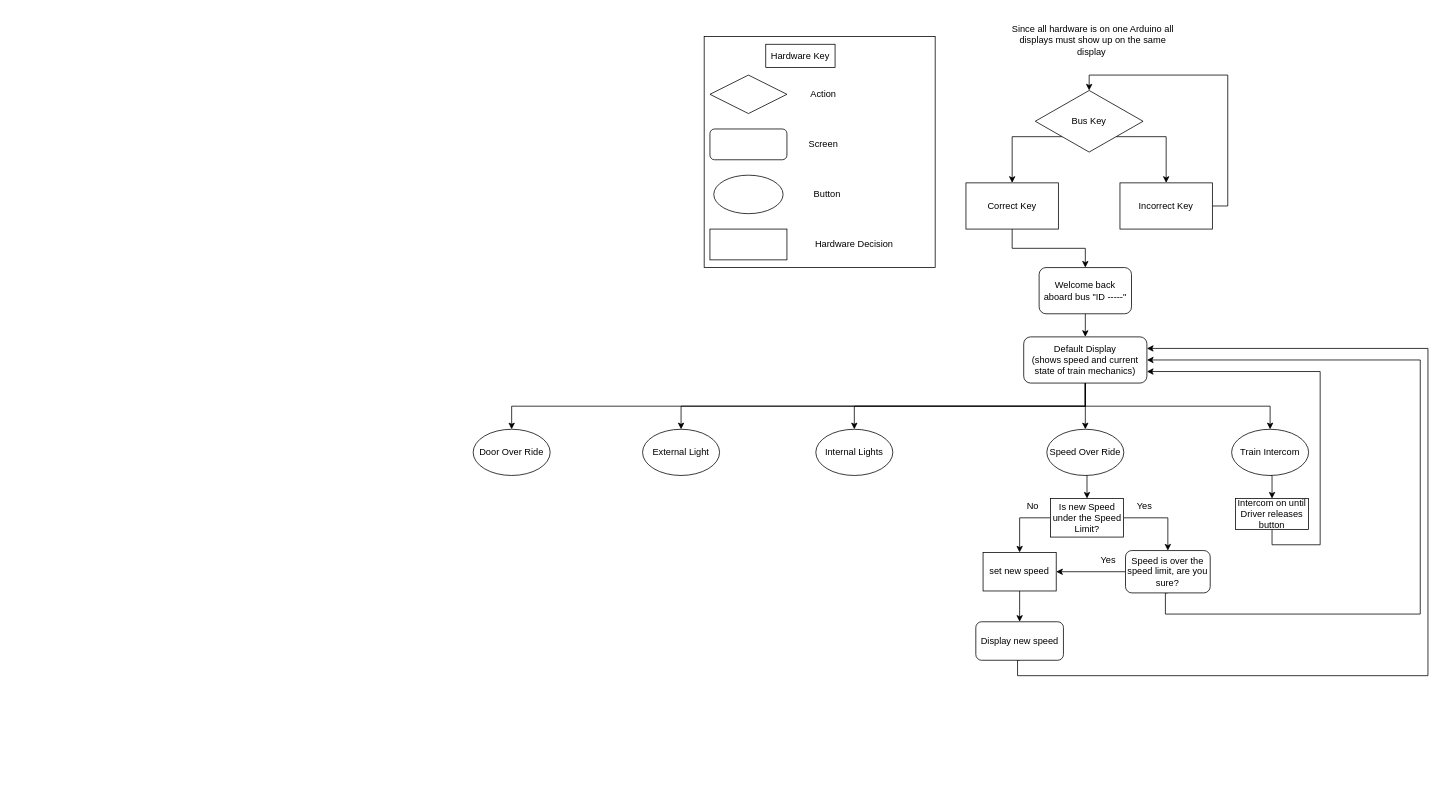
JasonM3687/ECE-1140-Group-5 keeps this draw.io diagram as HWTrackController.drawio. Above is the earlier version. Source tidied: cells renumbered, new cells numbered last; positions are measured from the earlier drawing's top-left corner, leaving out a move shared by most shapes. Both pictures are drawn from the tidied source at 77%, with x=0, y=0 at pixel (473, 21).
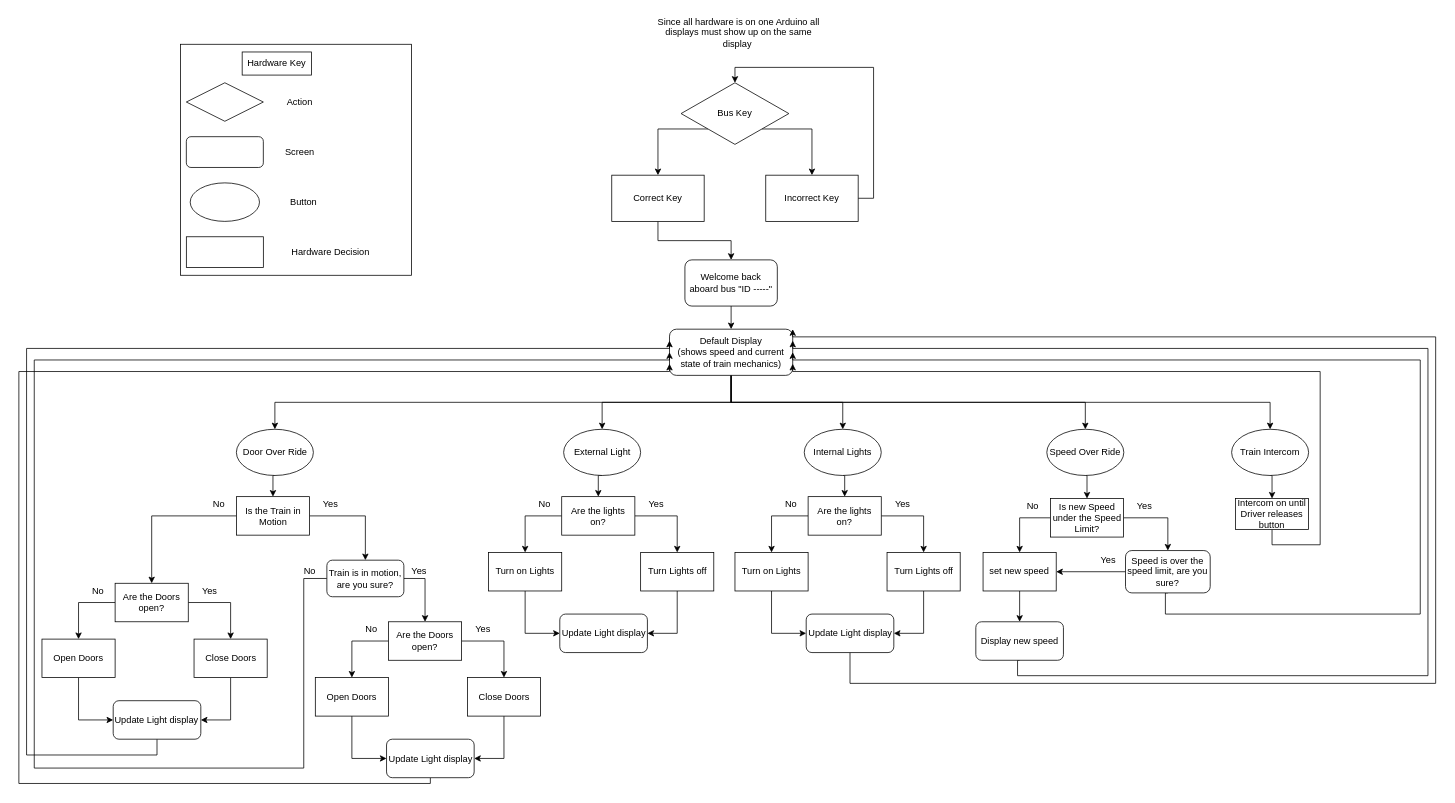
The same diagram, later.

What changed in the source:
```diff
@@
     <mxCell id="2" style="whiteSpace=wrap;html=1;" parent="1" vertex="1">
-      <mxGeometry x="300" y="20" width="300" height="300" as="geometry" />
+      <mxGeometry x="-380" y="30" width="300" height="300" as="geometry" />
     </mxCell>
     <mxCell id="3" value="Hardware Key" style="rounded=0;whiteSpace=wrap;html=1;" parent="1" vertex="1">
-      <mxGeometry x="380" y="30" width="90" height="30" as="geometry" />
+      <mxGeometry x="-300" y="40" width="90" height="30" as="geometry" />
     </mxCell>
     <mxCell id="4" style="rhombus;whiteSpace=wrap;html=1;" parent="1" vertex="1">
-      <mxGeometry x="307.5" y="70" width="100" height="50" as="geometry" />
+      <mxGeometry x="-372.5" y="80" width="100" height="50" as="geometry" />
     </mxCell>
     <mxCell id="5" style="rounded=1;whiteSpace=wrap;html=1;" parent="1" vertex="1">
-      <mxGeometry x="307.5" y="140" width="100" height="40" as="geometry" />
+      <mxGeometry x="-372.5" y="150" width="100" height="40" as="geometry" />
     </mxCell>
     <mxCell id="6" value="Screen" style="text;html=1;strokeColor=none;fillColor=none;align=center;verticalAlign=middle;whiteSpace=wrap;rounded=0;" parent="1" vertex="1">
-      <mxGeometry x="435" y="150" width="40" height="20" as="geometry" />
+      <mxGeometry x="-245" y="160" width="40" height="20" as="geometry" />
     </mxCell>
     <mxCell id="7" value="Action" style="text;html=1;strokeColor=none;fillColor=none;align=center;verticalAlign=middle;whiteSpace=wrap;rounded=0;" parent="1" vertex="1">
-      <mxGeometry x="435" y="85" width="40" height="20" as="geometry" />
+      <mxGeometry x="-245" y="95" width="40" height="20" as="geometry" />
     </mxCell>
     <mxCell id="8" style="edgeStyle=orthogonalEdgeStyle;rounded=0;jettySize=auto;html=1;exitX=0;exitY=1;exitDx=0;exitDy=0;entryX=0.5;entryY=0;entryDx=0;entryDy=0;" parent="1" edge="1" source="10" target="18">
       <mxGeometry relative="1" as="geometry">
         <Array as="points">
-          <mxPoint x="700" y="150" />
+          <mxPoint x="240" y="140" />
         </Array>
       </mxGeometry>
     </mxCell>
     <mxCell id="9" style="edgeStyle=orthogonalEdgeStyle;rounded=0;jettySize=auto;html=1;exitX=1;exitY=1;exitDx=0;exitDy=0;entryX=0.5;entryY=0;entryDx=0;entryDy=0;" parent="1" edge="1" source="10" target="16">
       <mxGeometry relative="1" as="geometry">
         <Array as="points">
-          <mxPoint x="900" y="150" />
+          <mxPoint x="440" y="140" />
         </Array>
       </mxGeometry>
     </mxCell>
     <mxCell id="10" value="Bus Key" style="rhombus;whiteSpace=wrap;html=1;" parent="1" vertex="1">
-      <mxGeometry x="730" y="90" width="140" height="80" as="geometry" />
+      <mxGeometry x="270" y="80" width="140" height="80" as="geometry" />
     </mxCell>
@@
     <mxCell id="12" value="Welcome back aboard bus &quot;ID -----&quot;" style="rounded=1;whiteSpace=wrap;html=1;" parent="1" vertex="1">
-      <mxGeometry x="735" y="320" width="120" height="60" as="geometry" />
+      <mxGeometry x="275" y="310" width="120" height="60" as="geometry" />
     </mxCell>
     <mxCell id="13" style="rounded=0;whiteSpace=wrap;html=1;" parent="1" vertex="1">
-      <mxGeometry x="307.5" y="270" width="100" height="40" as="geometry" />
+      <mxGeometry x="-372.5" y="280" width="100" height="40" as="geometry" />
     </mxCell>
     <mxCell id="14" value="Hardware Decision" style="text;html=1;strokeColor=none;fillColor=none;align=center;verticalAlign=middle;whiteSpace=wrap;rounded=0;" parent="1" vertex="1">
-      <mxGeometry x="435" y="280" width="120" height="20" as="geometry" />
+      <mxGeometry x="-245" y="290" width="120" height="20" as="geometry" />
     </mxCell>
@@
     <mxCell id="16" value="Incorrect Key" style="rounded=0;whiteSpace=wrap;html=1;" parent="1" vertex="1">
-      <mxGeometry x="840" y="210" width="120" height="60" as="geometry" />
+      <mxGeometry x="380" y="200" width="120" height="60" as="geometry" />
     </mxCell>
@@
     <mxCell id="18" value="Correct Key" style="rounded=0;whiteSpace=wrap;html=1;" parent="1" vertex="1">
-      <mxGeometry x="640" y="210" width="120" height="60" as="geometry" />
+      <mxGeometry x="180" y="200" width="120" height="60" as="geometry" />
     </mxCell>
     <mxCell id="19" style="ellipse;whiteSpace=wrap;html=1;" parent="1" vertex="1">
-      <mxGeometry x="312.5" y="200" width="90" height="50" as="geometry" />
+      <mxGeometry x="-367.5" y="210" width="90" height="50" as="geometry" />
     </mxCell>
     <mxCell id="20" value="Button" style="text;html=1;strokeColor=none;fillColor=none;align=center;verticalAlign=middle;whiteSpace=wrap;rounded=0;" parent="1" vertex="1">
-      <mxGeometry x="440" y="215" width="40" height="20" as="geometry" />
+      <mxGeometry x="-240" y="225" width="40" height="20" as="geometry" />
     </mxCell>
     <mxCell id="21" value="Since all hardware is on one Arduino all displays must show up on the same display&amp;nbsp;" style="text;html=1;strokeColor=none;fillColor=none;align=center;verticalAlign=middle;whiteSpace=wrap;rounded=0;" parent="1" vertex="1">
-      <mxGeometry x="690" width="230" height="50" as="geometry" />
+      <mxGeometry x="230" y="-10" width="230" height="50" as="geometry" />
     </mxCell>
+    <mxCell id="50" style="edgeStyle=orthogonalEdgeStyle;rounded=0;jettySize=auto;html=1;exitX=0.5;exitY=1;exitDx=0;exitDy=0;entryX=0.5;entryY=0;entryDx=0;entryDy=0;" parent="1" edge="1" source="22" target="87">
+      <mxGeometry relative="1" as="geometry" />
+    </mxCell>
     <mxCell id="22" value="Door Over Ride" style="ellipse;whiteSpace=wrap;html=1;" parent="1" vertex="1">
-      <mxGeometry y="530" width="100" height="60" as="geometry" />
+      <mxGeometry x="-307.5" y="530" width="100" height="60" as="geometry" />
     </mxCell>
+    <mxCell id="51" style="edgeStyle=orthogonalEdgeStyle;rounded=0;jettySize=auto;html=1;exitX=0.5;exitY=1;exitDx=0;exitDy=0;entryX=0.5;entryY=0;entryDx=0;entryDy=0;" parent="1" edge="1" source="23" target="66">
+      <mxGeometry relative="1" as="geometry" />
+    </mxCell>
     <mxCell id="23" value="External Light" style="ellipse;whiteSpace=wrap;html=1;" parent="1" vertex="1">
-      <mxGeometry x="220" y="530" width="100" height="60" as="geometry" />
+      <mxGeometry x="117.5" y="530" width="100" height="60" as="geometry" />
     </mxCell>
+    <mxCell id="52" style="edgeStyle=orthogonalEdgeStyle;rounded=0;jettySize=auto;html=1;exitX=0.5;exitY=1;exitDx=0;exitDy=0;entryX=0.5;entryY=0;entryDx=0;entryDy=0;" parent="1" edge="1" source="24" target="55">
+      <mxGeometry relative="1" as="geometry" />
+    </mxCell>
     <mxCell id="24" value="Internal Lights" style="ellipse;whiteSpace=wrap;html=1;" parent="1" vertex="1">
-      <mxGeometry x="445" y="530" width="100" height="60" as="geometry" />
+      <mxGeometry x="430" y="530" width="100" height="60" as="geometry" />
     </mxCell>
@@
     <mxCell id="34" value="Default Display&lt;br&gt;(shows speed and current state of train mechanics)" style="rounded=1;whiteSpace=wrap;html=1;" parent="1" vertex="1">
-      <mxGeometry x="715" y="410" width="160" height="60" as="geometry" />
+      <mxGeometry x="255" y="400" width="160" height="60" as="geometry" />
     </mxCell>
@@
+    <mxCell id="53" style="edgeStyle=orthogonalEdgeStyle;rounded=0;jettySize=auto;html=1;exitX=0;exitY=0.5;exitDx=0;exitDy=0;entryX=0.5;entryY=0;entryDx=0;entryDy=0;" parent="1" edge="1" source="55" target="59">
+      <mxGeometry relative="1" as="geometry" />
+    </mxCell>
+    <mxCell id="54" style="edgeStyle=orthogonalEdgeStyle;rounded=0;jettySize=auto;html=1;exitX=1;exitY=0.5;exitDx=0;exitDy=0;entryX=0.5;entryY=0;entryDx=0;entryDy=0;" parent="1" edge="1" source="55" target="61">
+      <mxGeometry relative="1" as="geometry" />
+    </mxCell>
+    <mxCell id="55" value="Are the lights on?" style="rounded=0;whiteSpace=wrap;html=1;" parent="1" vertex="1">
+      <mxGeometry x="435" y="617.5" width="95" height="50" as="geometry" />
+    </mxCell>
+    <mxCell id="56" value="No" style="text;html=1;strokeColor=none;fillColor=none;align=center;verticalAlign=middle;whiteSpace=wrap;rounded=0;" parent="1" vertex="1">
+      <mxGeometry x="392.5" y="617.5" width="40" height="20" as="geometry" />
+    </mxCell>
+    <mxCell id="57" value="Yes" style="text;html=1;strokeColor=none;fillColor=none;align=center;verticalAlign=middle;whiteSpace=wrap;rounded=0;" parent="1" vertex="1">
+      <mxGeometry x="537.5" y="617.5" width="40" height="20" as="geometry" />
+    </mxCell>
+    <mxCell id="58" style="edgeStyle=orthogonalEdgeStyle;rounded=0;jettySize=auto;html=1;exitX=0.5;exitY=1;exitDx=0;exitDy=0;entryX=0;entryY=0.5;entryDx=0;entryDy=0;" parent="1" edge="1" source="59" target="63">
+      <mxGeometry relative="1" as="geometry" />
+    </mxCell>
+    <mxCell id="59" value="Turn on Lights" style="rounded=0;whiteSpace=wrap;html=1;" parent="1" vertex="1">
+      <mxGeometry x="340" y="690" width="95" height="50" as="geometry" />
+    </mxCell>
+    <mxCell id="60" style="edgeStyle=orthogonalEdgeStyle;rounded=0;jettySize=auto;html=1;exitX=0.5;exitY=1;exitDx=0;exitDy=0;entryX=1;entryY=0.5;entryDx=0;entryDy=0;" parent="1" edge="1" source="61" target="63">
+      <mxGeometry relative="1" as="geometry" />
+    </mxCell>
+    <mxCell id="61" value="Turn Lights off" style="rounded=0;whiteSpace=wrap;html=1;" parent="1" vertex="1">
+      <mxGeometry x="537.5" y="690" width="95" height="50" as="geometry" />
+    </mxCell>
+    <mxCell id="62" style="edgeStyle=orthogonalEdgeStyle;rounded=0;jettySize=auto;html=1;exitX=0.5;exitY=1;exitDx=0;exitDy=0;entryX=1;entryY=0;entryDx=0;entryDy=0;" parent="1" edge="1" source="63" target="34">
+      <mxGeometry relative="1" as="geometry">
+        <Array as="points">
+          <mxPoint x="489" y="860" />
+          <mxPoint x="1250" y="860" />
+          <mxPoint x="1250" y="410" />
+        </Array>
+      </mxGeometry>
+    </mxCell>
+    <mxCell id="63" value="Update Light display" style="rounded=1;whiteSpace=wrap;html=1;" parent="1" vertex="1">
+      <mxGeometry x="432.5" y="770" width="113.8" height="50" as="geometry" />
+    </mxCell>
+    <mxCell id="64" style="edgeStyle=orthogonalEdgeStyle;rounded=0;jettySize=auto;html=1;exitX=0;exitY=0.5;exitDx=0;exitDy=0;entryX=0.5;entryY=0;entryDx=0;entryDy=0;" parent="1" edge="1" source="66" target="70">
+      <mxGeometry relative="1" as="geometry" />
+    </mxCell>
+    <mxCell id="65" style="edgeStyle=orthogonalEdgeStyle;rounded=0;jettySize=auto;html=1;exitX=1;exitY=0.5;exitDx=0;exitDy=0;entryX=0.5;entryY=0;entryDx=0;entryDy=0;" parent="1" edge="1" source="66" target="72">
+      <mxGeometry relative="1" as="geometry" />
+    </mxCell>
+    <mxCell id="66" value="Are the lights on?" style="rounded=0;whiteSpace=wrap;html=1;" parent="1" vertex="1">
+      <mxGeometry x="115" y="617.5" width="95" height="50" as="geometry" />
+    </mxCell>
+    <mxCell id="67" value="No" style="text;html=1;strokeColor=none;fillColor=none;align=center;verticalAlign=middle;whiteSpace=wrap;rounded=0;" parent="1" vertex="1">
+      <mxGeometry x="72.5" y="617.5" width="40" height="20" as="geometry" />
+    </mxCell>
+    <mxCell id="68" value="Yes" style="text;html=1;strokeColor=none;fillColor=none;align=center;verticalAlign=middle;whiteSpace=wrap;rounded=0;" parent="1" vertex="1">
+      <mxGeometry x="217.5" y="617.5" width="40" height="20" as="geometry" />
+    </mxCell>
+    <mxCell id="69" style="edgeStyle=orthogonalEdgeStyle;rounded=0;jettySize=auto;html=1;exitX=0.5;exitY=1;exitDx=0;exitDy=0;entryX=0;entryY=0.5;entryDx=0;entryDy=0;" parent="1" edge="1" source="70" target="73">
+      <mxGeometry relative="1" as="geometry" />
+    </mxCell>
+    <mxCell id="70" value="Turn on Lights" style="rounded=0;whiteSpace=wrap;html=1;" parent="1" vertex="1">
+      <mxGeometry x="20" y="690" width="95" height="50" as="geometry" />
+    </mxCell>
+    <mxCell id="71" style="edgeStyle=orthogonalEdgeStyle;rounded=0;jettySize=auto;html=1;exitX=0.5;exitY=1;exitDx=0;exitDy=0;entryX=1;entryY=0.5;entryDx=0;entryDy=0;" parent="1" edge="1" source="72" target="73">
+      <mxGeometry relative="1" as="geometry" />
+    </mxCell>
+    <mxCell id="72" value="Turn Lights off" style="rounded=0;whiteSpace=wrap;html=1;" parent="1" vertex="1">
+      <mxGeometry x="217.5" y="690" width="95" height="50" as="geometry" />
+    </mxCell>
+    <mxCell id="73" value="Update Light display" style="rounded=1;whiteSpace=wrap;html=1;" parent="1" vertex="1">
+      <mxGeometry x="112.5" y="770" width="113.8" height="50" as="geometry" />
+    </mxCell>
+    <mxCell id="74" style="edgeStyle=orthogonalEdgeStyle;rounded=0;jettySize=auto;html=1;exitX=0;exitY=0.5;exitDx=0;exitDy=0;entryX=0.5;entryY=0;entryDx=0;entryDy=0;" parent="1" edge="1" source="76" target="80">
+      <mxGeometry relative="1" as="geometry" />
+    </mxCell>
+    <mxCell id="75" style="edgeStyle=orthogonalEdgeStyle;rounded=0;jettySize=auto;html=1;exitX=1;exitY=0.5;exitDx=0;exitDy=0;entryX=0.5;entryY=0;entryDx=0;entryDy=0;" parent="1" edge="1" source="76" target="82">
+      <mxGeometry relative="1" as="geometry" />
+    </mxCell>
+    <mxCell id="76" value="Are the Doors open?" style="rounded=0;whiteSpace=wrap;html=1;" parent="1" vertex="1">
+      <mxGeometry x="-465" y="730" width="95" height="50" as="geometry" />
+    </mxCell>
+    <mxCell id="77" value="No" style="text;html=1;strokeColor=none;fillColor=none;align=center;verticalAlign=middle;whiteSpace=wrap;rounded=0;" parent="1" vertex="1">
+      <mxGeometry x="-507.5" y="730" width="40" height="20" as="geometry" />
+    </mxCell>
+    <mxCell id="78" value="Yes" style="text;html=1;strokeColor=none;fillColor=none;align=center;verticalAlign=middle;whiteSpace=wrap;rounded=0;" parent="1" vertex="1">
+      <mxGeometry x="-362.5" y="730" width="40" height="20" as="geometry" />
+    </mxCell>
+    <mxCell id="79" style="edgeStyle=orthogonalEdgeStyle;rounded=0;jettySize=auto;html=1;exitX=0.5;exitY=1;exitDx=0;exitDy=0;entryX=0;entryY=0.5;entryDx=0;entryDy=0;" parent="1" edge="1" source="80" target="84">
+      <mxGeometry relative="1" as="geometry" />
+    </mxCell>
+    <mxCell id="80" value="Open Doors" style="rounded=0;whiteSpace=wrap;html=1;" parent="1" vertex="1">
+      <mxGeometry x="-560" y="802.5" width="95" height="50" as="geometry" />
+    </mxCell>
+    <mxCell id="81" style="edgeStyle=orthogonalEdgeStyle;rounded=0;jettySize=auto;html=1;exitX=0.5;exitY=1;exitDx=0;exitDy=0;entryX=1;entryY=0.5;entryDx=0;entryDy=0;" parent="1" edge="1" source="82" target="84">
+      <mxGeometry relative="1" as="geometry" />
+    </mxCell>
+    <mxCell id="82" value="Close Doors" style="rounded=0;whiteSpace=wrap;html=1;" parent="1" vertex="1">
+      <mxGeometry x="-362.5" y="802.5" width="95" height="50" as="geometry" />
+    </mxCell>
+    <mxCell id="83" style="edgeStyle=orthogonalEdgeStyle;rounded=0;jettySize=auto;html=1;exitX=0.5;exitY=1;exitDx=0;exitDy=0;entryX=0;entryY=0.25;entryDx=0;entryDy=0;" parent="1" edge="1" source="84" target="34">
+      <mxGeometry relative="1" as="geometry">
+        <Array as="points">
+          <mxPoint x="-411" y="953" />
+          <mxPoint x="-580" y="953" />
+          <mxPoint x="-580" y="425" />
+        </Array>
+      </mxGeometry>
+    </mxCell>
+    <mxCell id="84" value="Update Light display" style="rounded=1;whiteSpace=wrap;html=1;" parent="1" vertex="1">
+      <mxGeometry x="-467.5" y="882.5" width="113.8" height="50" as="geometry" />
+    </mxCell>
+    <mxCell id="85" style="edgeStyle=orthogonalEdgeStyle;rounded=0;jettySize=auto;html=1;exitX=0;exitY=0.5;exitDx=0;exitDy=0;entryX=0.5;entryY=0;entryDx=0;entryDy=0;" parent="1" edge="1" source="87" target="76">
+      <mxGeometry relative="1" as="geometry" />
+    </mxCell>
+    <mxCell id="86" style="edgeStyle=orthogonalEdgeStyle;rounded=0;jettySize=auto;html=1;exitX=1;exitY=0.5;exitDx=0;exitDy=0;entryX=0.5;entryY=0;entryDx=0;entryDy=0;" parent="1" edge="1" source="87" target="92">
+      <mxGeometry relative="1" as="geometry" />
+    </mxCell>
+    <mxCell id="87" value="Is the Train in Motion" style="rounded=0;whiteSpace=wrap;html=1;" parent="1" vertex="1">
+      <mxGeometry x="-307.5" y="617.5" width="95" height="50" as="geometry" />
+    </mxCell>
+    <mxCell id="88" value="No" style="text;html=1;strokeColor=none;fillColor=none;align=center;verticalAlign=middle;whiteSpace=wrap;rounded=0;" parent="1" vertex="1">
+      <mxGeometry x="-350" y="617.5" width="40" height="20" as="geometry" />
+    </mxCell>
+    <mxCell id="89" value="Yes" style="text;html=1;strokeColor=none;fillColor=none;align=center;verticalAlign=middle;whiteSpace=wrap;rounded=0;" parent="1" vertex="1">
+      <mxGeometry x="-205" y="617.5" width="40" height="20" as="geometry" />
+    </mxCell>
+    <mxCell id="90" style="edgeStyle=orthogonalEdgeStyle;rounded=0;jettySize=auto;html=1;exitX=0;exitY=0.5;exitDx=0;exitDy=0;entryX=0;entryY=0.5;entryDx=0;entryDy=0;" parent="1" edge="1" source="92" target="34">
+      <mxGeometry relative="1" as="geometry">
+        <Array as="points">
+          <mxPoint x="-220" y="724" />
+          <mxPoint x="-220" y="970" />
+          <mxPoint x="-570" y="970" />
+          <mxPoint x="-570" y="440" />
+        </Array>
+      </mxGeometry>
+    </mxCell>
+    <mxCell id="91" style="edgeStyle=orthogonalEdgeStyle;rounded=0;jettySize=auto;html=1;exitX=1;exitY=0.5;exitDx=0;exitDy=0;entryX=0.5;entryY=0;entryDx=0;entryDy=0;" parent="1" edge="1" source="92" target="97">
+      <mxGeometry relative="1" as="geometry" />
+    </mxCell>
+    <mxCell id="92" value="Train is in motion, are you sure?" style="rounded=1;whiteSpace=wrap;html=1;" parent="1" vertex="1">
+      <mxGeometry x="-190" y="700" width="100" height="47.5" as="geometry" />
+    </mxCell>
+    <mxCell id="93" value="No" style="text;html=1;strokeColor=none;fillColor=none;align=center;verticalAlign=middle;whiteSpace=wrap;rounded=0;" parent="1" vertex="1">
+      <mxGeometry x="-232.5" y="705" width="40" height="20" as="geometry" />
+    </mxCell>
+    <mxCell id="94" value="Yes" style="text;html=1;strokeColor=none;fillColor=none;align=center;verticalAlign=middle;whiteSpace=wrap;rounded=0;" parent="1" vertex="1">
+      <mxGeometry x="-90" y="705" width="40" height="20" as="geometry" />
+    </mxCell>
+    <mxCell id="95" style="edgeStyle=orthogonalEdgeStyle;rounded=0;jettySize=auto;html=1;exitX=0;exitY=0.5;exitDx=0;exitDy=0;entryX=0.5;entryY=0;entryDx=0;entryDy=0;" parent="1" edge="1" source="97" target="101">
+      <mxGeometry relative="1" as="geometry" />
+    </mxCell>
+    <mxCell id="96" style="edgeStyle=orthogonalEdgeStyle;rounded=0;jettySize=auto;html=1;exitX=1;exitY=0.5;exitDx=0;exitDy=0;entryX=0.5;entryY=0;entryDx=0;entryDy=0;" parent="1" edge="1" source="97" target="103">
+      <mxGeometry relative="1" as="geometry" />
+    </mxCell>
+    <mxCell id="97" value="Are the Doors open?" style="rounded=0;whiteSpace=wrap;html=1;" parent="1" vertex="1">
+      <mxGeometry x="-110" y="780" width="95" height="50" as="geometry" />
+    </mxCell>
+    <mxCell id="98" value="No" style="text;html=1;strokeColor=none;fillColor=none;align=center;verticalAlign=middle;whiteSpace=wrap;rounded=0;" parent="1" vertex="1">
+      <mxGeometry x="-152.5" y="780" width="40" height="20" as="geometry" />
+    </mxCell>
+    <mxCell id="99" value="Yes" style="text;html=1;strokeColor=none;fillColor=none;align=center;verticalAlign=middle;whiteSpace=wrap;rounded=0;" parent="1" vertex="1">
+      <mxGeometry x="-7.5" y="780" width="40" height="20" as="geometry" />
+    </mxCell>
+    <mxCell id="100" style="edgeStyle=orthogonalEdgeStyle;rounded=0;jettySize=auto;html=1;exitX=0.5;exitY=1;exitDx=0;exitDy=0;entryX=0;entryY=0.5;entryDx=0;entryDy=0;" parent="1" edge="1" source="101" target="105">
+      <mxGeometry relative="1" as="geometry" />
+    </mxCell>
+    <mxCell id="101" value="Open Doors" style="rounded=0;whiteSpace=wrap;html=1;" parent="1" vertex="1">
+      <mxGeometry x="-205" y="852.5" width="95" height="50" as="geometry" />
+    </mxCell>
+    <mxCell id="102" style="edgeStyle=orthogonalEdgeStyle;rounded=0;jettySize=auto;html=1;exitX=0.5;exitY=1;exitDx=0;exitDy=0;entryX=1;entryY=0.5;entryDx=0;entryDy=0;" parent="1" edge="1" source="103" target="105">
+      <mxGeometry relative="1" as="geometry" />
+    </mxCell>
+    <mxCell id="103" value="Close Doors" style="rounded=0;whiteSpace=wrap;html=1;" parent="1" vertex="1">
+      <mxGeometry x="-7.5" y="852.5" width="95" height="50" as="geometry" />
+    </mxCell>
+    <mxCell id="104" style="edgeStyle=orthogonalEdgeStyle;rounded=0;jettySize=auto;html=1;exitX=0.5;exitY=1;exitDx=0;exitDy=0;entryX=0;entryY=0.75;entryDx=0;entryDy=0;" parent="1" edge="1" source="105" target="34">
+      <mxGeometry relative="1" as="geometry">
+        <Array as="points">
+          <mxPoint x="-56" y="990" />
+          <mxPoint x="-590" y="990" />
+          <mxPoint x="-590" y="455" />
+        </Array>
+      </mxGeometry>
+    </mxCell>
+    <mxCell id="105" value="Update Light display" style="rounded=1;whiteSpace=wrap;html=1;" parent="1" vertex="1">
+      <mxGeometry x="-112.5" y="932.5" width="113.8" height="50" as="geometry" />
+    </mxCell>
```
